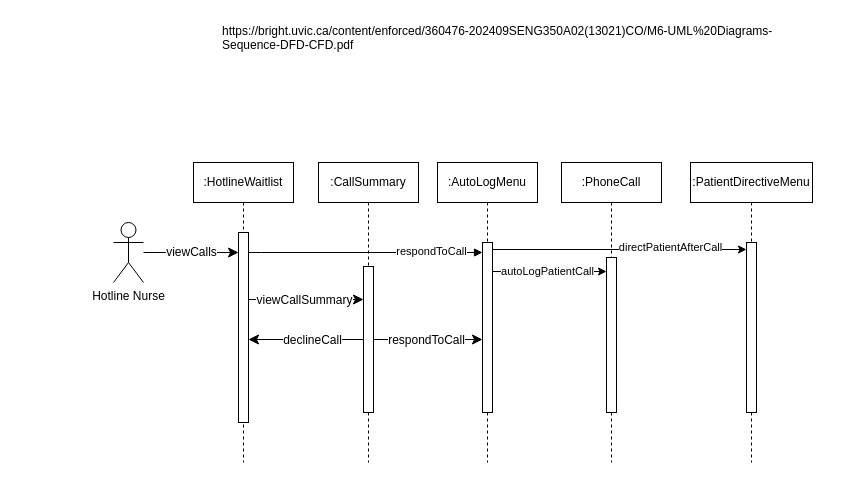
Above: AmirWork/Nurse_Hotline_SequenceDiagram.drawio in SENG-350-2024-fall/Team9 (draw.io), before the change. Source tidied: cells renumbered, new cells numbered last; positions are measured from the earlier drawing's top-left corner, leaving out a move shared by most shapes. Both pictures are drawn from the tidied source at 100%, with x=0, y=0 at pixel (113, 17).
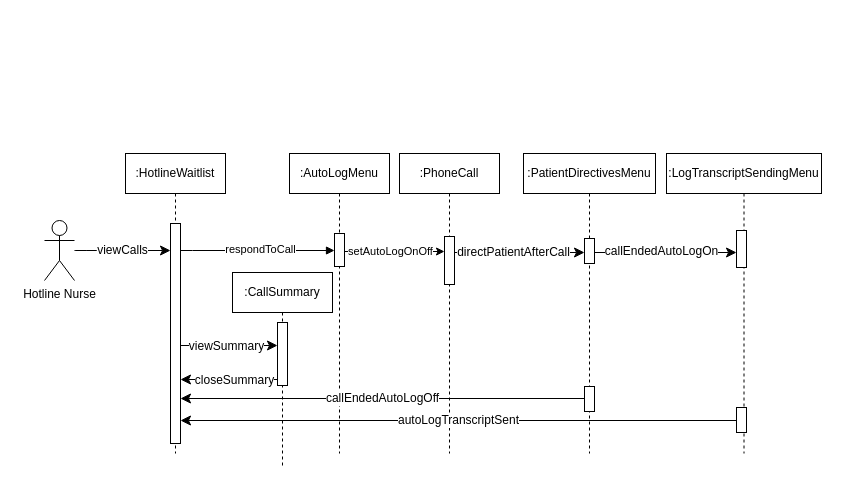
After the change.

The edit, as a diff of the source:
```diff
@@
+    <mxCell id="25" style="rounded=0;whiteSpace=wrap;html=1;strokeColor=none;" parent="1" vertex="1">
+      <mxGeometry x="635" y="127" width="79" height="60.5" as="geometry" />
+    </mxCell>
+    <mxCell id="26" style="rounded=0;whiteSpace=wrap;html=1;strokeColor=none;" parent="1" vertex="1">
+      <mxGeometry x="-96" y="130" width="127" height="147" as="geometry" />
+    </mxCell>
     <mxCell id="2" value=":CallSummary" style="shape=umlLifeline;perimeter=lifelinePerimeter;whiteSpace=wrap;html=1;newEdgeStyle={&quot;edgeStyle&quot;:&quot;elbowEdgeStyle&quot;,&quot;elbow&quot;:&quot;vertical&quot;,&quot;curved&quot;:0,&quot;rounded&quot;:0};" parent="1" vertex="1">
-      <mxGeometry x="205" y="145" width="100" height="300" as="geometry" />
+      <mxGeometry x="119" y="255" width="100" height="195" as="geometry" />
     </mxCell>
     <mxCell id="3" style="html=1;points=[];perimeter=orthogonalPerimeter;outlineConnect=0;targetShapes=umlLifeline;portConstraint=eastwest;newEdgeStyle={&quot;edgeStyle&quot;:&quot;elbowEdgeStyle&quot;,&quot;elbow&quot;:&quot;vertical&quot;,&quot;curved&quot;:0,&quot;rounded&quot;:0};" parent="2" vertex="1">
-      <mxGeometry x="45" y="104" width="10" height="146" as="geometry" />
+      <mxGeometry x="45" y="50" width="10" height="63" as="geometry" />
     </mxCell>
     <mxCell id="4" value=":HotlineWaitlist" style="shape=umlLifeline;perimeter=lifelinePerimeter;whiteSpace=wrap;html=1;newEdgeStyle={&quot;edgeStyle&quot;:&quot;elbowEdgeStyle&quot;,&quot;elbow&quot;:&quot;vertical&quot;,&quot;curved&quot;:0,&quot;rounded&quot;:0};" parent="1" vertex="1">
-      <mxGeometry x="80" y="145" width="100" height="300" as="geometry" />
+      <mxGeometry x="12" y="136" width="100" height="300" as="geometry" />
     </mxCell>
     <mxCell id="5" style="html=1;points=[];perimeter=orthogonalPerimeter;outlineConnect=0;targetShapes=umlLifeline;portConstraint=eastwest;newEdgeStyle={&quot;edgeStyle&quot;:&quot;elbowEdgeStyle&quot;,&quot;elbow&quot;:&quot;vertical&quot;,&quot;curved&quot;:0,&quot;rounded&quot;:0};" parent="4" vertex="1">
-      <mxGeometry x="45" y="70" width="10" height="190" as="geometry" />
+      <mxGeometry x="45" y="70" width="10" height="220" as="geometry" />
     </mxCell>
     <mxCell id="6" value=":AutoLogMenu" style="shape=umlLifeline;perimeter=lifelinePerimeter;whiteSpace=wrap;html=1;newEdgeStyle={&quot;edgeStyle&quot;:&quot;elbowEdgeStyle&quot;,&quot;elbow&quot;:&quot;vertical&quot;,&quot;curved&quot;:0,&quot;rounded&quot;:0};" parent="1" vertex="1">
-      <mxGeometry x="324" y="145" width="100" height="300" as="geometry" />
+      <mxGeometry x="176" y="136" width="100" height="300" as="geometry" />
     </mxCell>
     <mxCell id="7" style="html=1;points=[];perimeter=orthogonalPerimeter;outlineConnect=0;targetShapes=umlLifeline;portConstraint=eastwest;newEdgeStyle={&quot;edgeStyle&quot;:&quot;elbowEdgeStyle&quot;,&quot;elbow&quot;:&quot;vertical&quot;,&quot;curved&quot;:0,&quot;rounded&quot;:0};" parent="6" vertex="1">
-      <mxGeometry x="45" y="80" width="10" height="170" as="geometry" />
+      <mxGeometry x="45" y="80" width="10" height="33" as="geometry" />
     </mxCell>
     <mxCell id="8" value="respondToCall" style="html=1;verticalAlign=bottom;endArrow=block;edgeStyle=elbowEdgeStyle;elbow=vertical;curved=0;rounded=0;" parent="1" edge="1" source="5" target="7">
-      <mxGeometry x="0.56" y="-8" relative="1" as="geometry">
+      <mxGeometry x="0.04" y="-8" relative="1" as="geometry">
         <Array as="points">
-          <mxPoint x="148" y="235" />
+          <mxPoint x="79" y="233" />
         </Array>
       </mxGeometry>
     </mxCell>
@@
     <mxCell id="10" value="Hotline Nurse" style="shape=umlActor;verticalLabelPosition=bottom;verticalAlign=top;html=1;outlineConnect=0;" parent="1" vertex="1">
-      <mxGeometry y="205" width="30" height="60" as="geometry" />
+      <mxGeometry x="-69" y="203" width="30" height="60" as="geometry" />
     </mxCell>
-    <mxCell id="11" value="https://bright.uvic.ca/content/enforced/360476-202409SENG350A02(13021)CO/M6-UML%20Diagrams-Sequence-DFD-CFD.pdf" style="text;whiteSpace=wrap;" parent="1" vertex="1">
-      <mxGeometry x="107" width="560" height="50" as="geometry" />
-    </mxCell>
-    <mxCell id="12" style="edgeStyle=elbowEdgeStyle;curved=0;rounded=0;jettySize=auto;html=1;elbow=vertical;fontSize=12;startSize=8;endSize=8;" parent="1" edge="1" source="3" target="7">
-      <mxGeometry relative="1" as="geometry" />
-    </mxCell>
-    <mxCell id="13" value="respondToCall" style="edgeLabel;html=1;align=center;verticalAlign=middle;fontSize=12;" parent="12" vertex="1">
-      <mxGeometry x="-0.29" relative="1" as="geometry">
-        <mxPoint x="13" as="offset" />
-      </mxGeometry>
-    </mxCell>
-    <mxCell id="14" style="edgeStyle=elbowEdgeStyle;curved=0;rounded=0;jettySize=auto;html=1;elbow=vertical;fontSize=12;startSize=8;endSize=8;" parent="1" edge="1" source="5" target="3">
+    <mxCell id="14" style="edgeStyle=elbowEdgeStyle;curved=0;rounded=0;jettySize=auto;html=1;elbow=horizontal;fontSize=12;startSize=8;endSize=8;" parent="1" edge="1" source="5" target="3">
       <mxGeometry relative="1" as="geometry">
         <Array as="points">
-          <mxPoint x="186" y="282" />
+          <mxPoint x="121" y="328" />
         </Array>
       </mxGeometry>
     </mxCell>
-    <mxCell id="15" value="viewCallSummary" style="edgeLabel;html=1;align=center;verticalAlign=middle;fontSize=12;" parent="14" vertex="1">
+    <mxCell id="15" value="viewSummary" style="edgeLabel;html=1;align=center;verticalAlign=middle;fontSize=12;" parent="14" vertex="1">
       <mxGeometry x="0.09" y="-1" relative="1" as="geometry">
         <mxPoint x="-8" y="-1" as="offset" />
       </mxGeometry>
     </mxCell>
-    <mxCell id="16" style="edgeStyle=elbowEdgeStyle;curved=0;rounded=0;jettySize=auto;html=1;elbow=vertical;fontSize=12;startSize=8;endSize=8;" parent="1" edge="1" source="3" target="5">
-      <mxGeometry relative="1" as="geometry" />
+    <mxCell id="16" style="edgeStyle=elbowEdgeStyle;curved=0;rounded=0;jettySize=auto;html=1;elbow=horizontal;fontSize=12;startSize=8;endSize=8;" parent="1" edge="1" source="3" target="5">
+      <mxGeometry relative="1" as="geometry">
+        <Array as="points">
+          <mxPoint x="121" y="362" />
+        </Array>
+      </mxGeometry>
     </mxCell>
-    <mxCell id="17" value="declineCall" style="edgeLabel;html=1;align=center;verticalAlign=middle;fontSize=12;" parent="16" vertex="1">
+    <mxCell id="17" value="closeSummary" style="edgeLabel;html=1;align=center;verticalAlign=middle;fontSize=12;" parent="16" vertex="1">
       <mxGeometry x="-0.1" relative="1" as="geometry" />
     </mxCell>
     <mxCell id="18" value=":PhoneCall" style="shape=umlLifeline;perimeter=lifelinePerimeter;whiteSpace=wrap;html=1;newEdgeStyle={&quot;edgeStyle&quot;:&quot;elbowEdgeStyle&quot;,&quot;elbow&quot;:&quot;vertical&quot;,&quot;curved&quot;:0,&quot;rounded&quot;:0};" parent="1" vertex="1">
-      <mxGeometry x="448" y="145" width="100" height="300" as="geometry" />
+      <mxGeometry x="286" y="136" width="100" height="300" as="geometry" />
     </mxCell>
     <mxCell id="19" style="html=1;points=[];perimeter=orthogonalPerimeter;outlineConnect=0;targetShapes=umlLifeline;portConstraint=eastwest;newEdgeStyle={&quot;edgeStyle&quot;:&quot;elbowEdgeStyle&quot;,&quot;elbow&quot;:&quot;vertical&quot;,&quot;curved&quot;:0,&quot;rounded&quot;:0};" parent="18" vertex="1">
-      <mxGeometry x="45" y="95" width="10" height="155" as="geometry" />
+      <mxGeometry x="45" y="83" width="10" height="48" as="geometry" />
     </mxCell>
     <mxCell id="20" style="edgeStyle=elbowEdgeStyle;rounded=0;jettySize=auto;html=1;elbow=horizontal;curved=0;" parent="1" edge="1" source="7" target="19">
       <mxGeometry relative="1" as="geometry">
         <Array as="points">
-          <mxPoint x="419" y="254" />
+          <mxPoint x="302" y="234" />
         </Array>
       </mxGeometry>
     </mxCell>
-    <mxCell id="21" value="autoLogPatientCall" style="edgeLabel;html=1;align=center;verticalAlign=middle;" parent="20" vertex="1">
+    <mxCell id="21" value="setAutoLogOnOff" style="edgeLabel;html=1;align=center;verticalAlign=middle;" parent="20" vertex="1">
       <mxGeometry x="-0.03" y="3" relative="1" as="geometry">
-        <mxPoint x="-1" y="2" as="offset" />
+        <mxPoint x="-4" y="2" as="offset" />
       </mxGeometry>
     </mxCell>
-    <mxCell id="22" value=":PatientDirectiveMenu" style="shape=umlLifeline;perimeter=lifelinePerimeter;whiteSpace=wrap;html=1;newEdgeStyle={&quot;edgeStyle&quot;:&quot;elbowEdgeStyle&quot;,&quot;elbow&quot;:&quot;vertical&quot;,&quot;curved&quot;:0,&quot;rounded&quot;:0};" parent="1" vertex="1">
-      <mxGeometry x="577" y="145" width="122" height="300" as="geometry" />
+    <mxCell id="22" value=":PatientDirectivesMenu" style="shape=umlLifeline;perimeter=lifelinePerimeter;whiteSpace=wrap;html=1;newEdgeStyle={&quot;edgeStyle&quot;:&quot;elbowEdgeStyle&quot;,&quot;elbow&quot;:&quot;vertical&quot;,&quot;curved&quot;:0,&quot;rounded&quot;:0};" parent="1" vertex="1">
+      <mxGeometry x="410" y="136" width="132" height="300" as="geometry" />
     </mxCell>
     <mxCell id="23" style="html=1;points=[];perimeter=orthogonalPerimeter;outlineConnect=0;targetShapes=umlLifeline;portConstraint=eastwest;newEdgeStyle={&quot;edgeStyle&quot;:&quot;elbowEdgeStyle&quot;,&quot;elbow&quot;:&quot;vertical&quot;,&quot;curved&quot;:0,&quot;rounded&quot;:0};" parent="22" vertex="1">
-      <mxGeometry x="56" y="80" width="10" height="170" as="geometry" />
+      <mxGeometry x="61" y="85" width="10" height="25" as="geometry" />
     </mxCell>
+    <mxCell id="27" style="html=1;points=[];perimeter=orthogonalPerimeter;outlineConnect=0;targetShapes=umlLifeline;portConstraint=eastwest;newEdgeStyle={&quot;edgeStyle&quot;:&quot;elbowEdgeStyle&quot;,&quot;elbow&quot;:&quot;vertical&quot;,&quot;curved&quot;:0,&quot;rounded&quot;:0};" parent="22" vertex="1">
+      <mxGeometry x="61" y="233" width="10" height="25" as="geometry" />
+    </mxCell>
+    <mxCell id="28" style="edgeStyle=elbowEdgeStyle;curved=0;rounded=0;jettySize=auto;html=1;elbow=vertical;fontSize=12;startSize=8;endSize=8;" parent="1" edge="1" source="19" target="23">
+      <mxGeometry relative="1" as="geometry">
+        <Array as="points">
+          <mxPoint x="426" y="235" />
+        </Array>
+      </mxGeometry>
+    </mxCell>
-    <mxCell id="24" value="directPatientAfterCall" style="edgeStyle=elbowEdgeStyle;rounded=0;jettySize=auto;html=1;elbow=vertical;curved=0;" parent="1" edge="1" source="7" target="23">
-      <mxGeometry x="0.4" y="2" relative="1" as="geometry">
-        <Array as="points">
-          <mxPoint x="510" y="232" />
-        </Array>
+    <mxCell id="24" value="directPatientAfterCall" style="edgeLabel;html=1;align=center;verticalAlign=middle;fontSize=12;" parent="28" vertex="1">
+      <mxGeometry x="-0.35" relative="1" as="geometry">
+        <mxPoint x="16" y="-1" as="offset" />
       </mxGeometry>
     </mxCell>
+    <mxCell id="29" value=":LogTranscriptSendingMenu" style="shape=umlLifeline;perimeter=lifelinePerimeter;whiteSpace=wrap;html=1;newEdgeStyle={&quot;edgeStyle&quot;:&quot;elbowEdgeStyle&quot;,&quot;elbow&quot;:&quot;vertical&quot;,&quot;curved&quot;:0,&quot;rounded&quot;:0};" parent="1" vertex="1">
+      <mxGeometry x="553" y="136" width="155" height="300" as="geometry" />
+    </mxCell>
+    <mxCell id="30" style="html=1;points=[];perimeter=orthogonalPerimeter;outlineConnect=0;targetShapes=umlLifeline;portConstraint=eastwest;newEdgeStyle={&quot;edgeStyle&quot;:&quot;elbowEdgeStyle&quot;,&quot;elbow&quot;:&quot;vertical&quot;,&quot;curved&quot;:0,&quot;rounded&quot;:0};" parent="29" vertex="1">
+      <mxGeometry x="70" y="254" width="10" height="25" as="geometry" />
+    </mxCell>
+    <mxCell id="31" style="edgeStyle=elbowEdgeStyle;curved=0;rounded=0;jettySize=auto;html=1;elbow=vertical;fontSize=12;startSize=8;endSize=8;" parent="1" edge="1" source="23">
+      <mxGeometry relative="1" as="geometry">
+        <mxPoint x="623" y="235" as="targetPoint" />
+        <Array as="points">
+          <mxPoint x="556" y="235" />
+        </Array>
+      </mxGeometry>
+    </mxCell>
+    <mxCell id="32" value="callEndedAutoLogOn" style="edgeLabel;html=1;align=center;verticalAlign=middle;fontSize=12;" parent="31" vertex="1">
+      <mxGeometry x="-0.37" y="2" relative="1" as="geometry">
+        <mxPoint x="21" as="offset" />
+      </mxGeometry>
+    </mxCell>
+    <mxCell id="33" style="html=1;perimeter=orthogonalPerimeter;targetShapes=umlLifeline;newEdgeStyle={&quot;edgeStyle&quot;:&quot;elbowEdgeStyle&quot;,&quot;elbow&quot;:&quot;vertical&quot;,&quot;curved&quot;:0,&quot;rounded&quot;:0};" parent="1" vertex="1">
+      <mxGeometry x="623" y="213" width="10" height="37" as="geometry" />
+    </mxCell>
+    <mxCell id="34" value="callEndedAutoLogOff" style="edgeStyle=elbowEdgeStyle;curved=0;rounded=0;jettySize=auto;html=1;elbow=vertical;fontSize=12;startSize=8;endSize=8;startArrow=classic;startFill=1;endArrow=none;endFill=0;" parent="1" edge="1" source="5" target="27">
+      <mxGeometry relative="1" as="geometry">
+        <Array as="points">
+          <mxPoint x="269" y="381" />
+        </Array>
+      </mxGeometry>
+    </mxCell>
+    <mxCell id="35" value="autoLogTranscriptSent" style="edgeStyle=elbowEdgeStyle;curved=0;rounded=0;jettySize=auto;html=1;elbow=vertical;fontSize=12;startSize=8;endSize=8;" parent="1" edge="1" source="30" target="5">
+      <mxGeometry relative="1" as="geometry" />
+    </mxCell>
```
